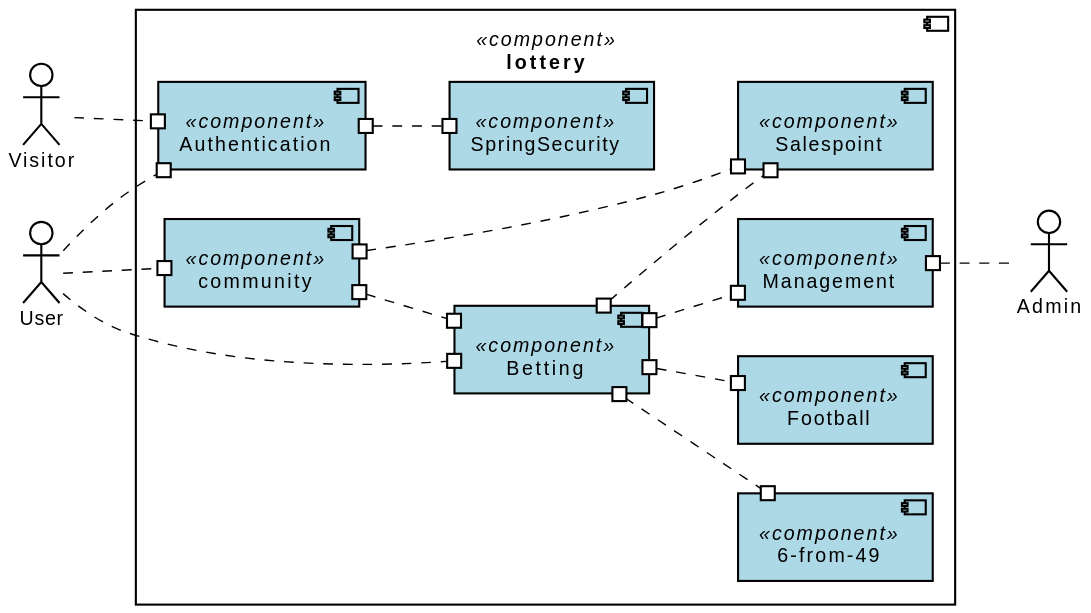
This is src/main/asciidoc/diagrams/developer_docu/top-level-architecture.svg from mezh450d/Software-Technology, a PlantUML export, as it was before one commit.
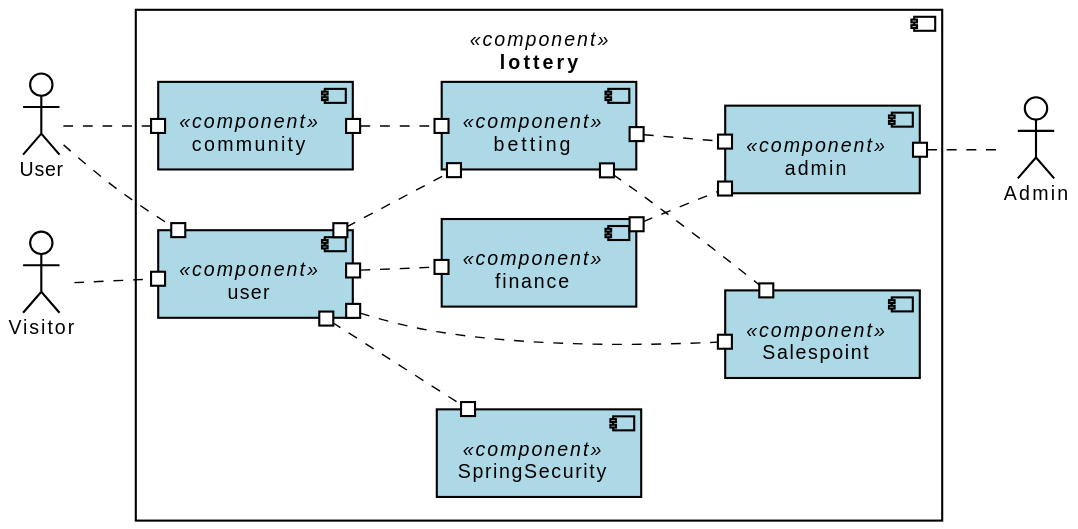
After the change.

Commit message:
Update Entwicklerdokumentation & Klassendiagramme, Hinzufügen von class_admin

Change to the diagram source:
```diff
@@ -19,26 +19,25 @@
 actor Visitor
 actor Admin
 component lottery <<component>> #white{
- component Authentication <<component>> as auth
+ component user<<component>>
  component community <<component>> as comm
- component Betting <<component>> as bet
- component "6-from-49" <<component>> as number
- component Football <<component>> as fb
- component Management <<component>> as mana
+ component betting <<component>> as bet
+ component admin <<component>> as mana
+ component finance <<component>> as fina
  component SpringSecurity <<component>> as spring
  component Salespoint <<component>> as sales
 }
 
-Visitor ..# auth
-User ..# auth
+Visitor ..# user
+User ..# user
 User ..# comm
-User ..# bet
+user#..# spring
+user #..# sales
+user #..# bet
 comm #..# bet
-bet #..# number
-bet #..# fb
+user #..# fina
+bet #..# sales
 bet #..# mana
-auth #..# spring
-comm #..# sales
-bet #..# sales
+fina #..# mana
 mana #.. Admin
 @enduml
```
